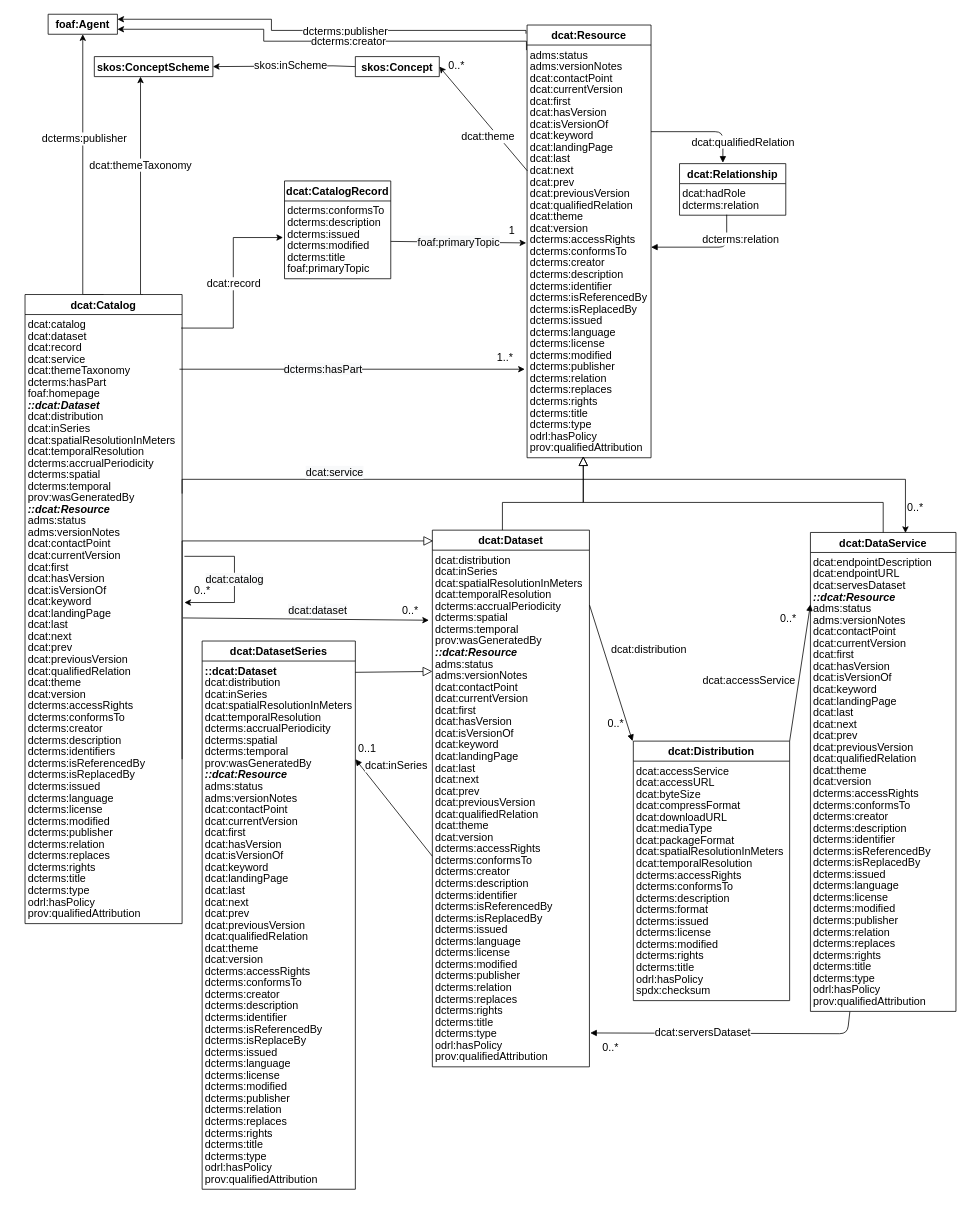
Earlier version of the draw.io diagram dcat/UML/dcat-all-attributes.drawio (w3c/dxwg). Source tidied: cells renumbered, new cells numbered last; positions are measured from the earlier drawing's top-left corner, leaving out a move shared by most shapes. Both pictures are drawn from the tidied source at 77%, with x=0, y=0 at pixel (25, 14).
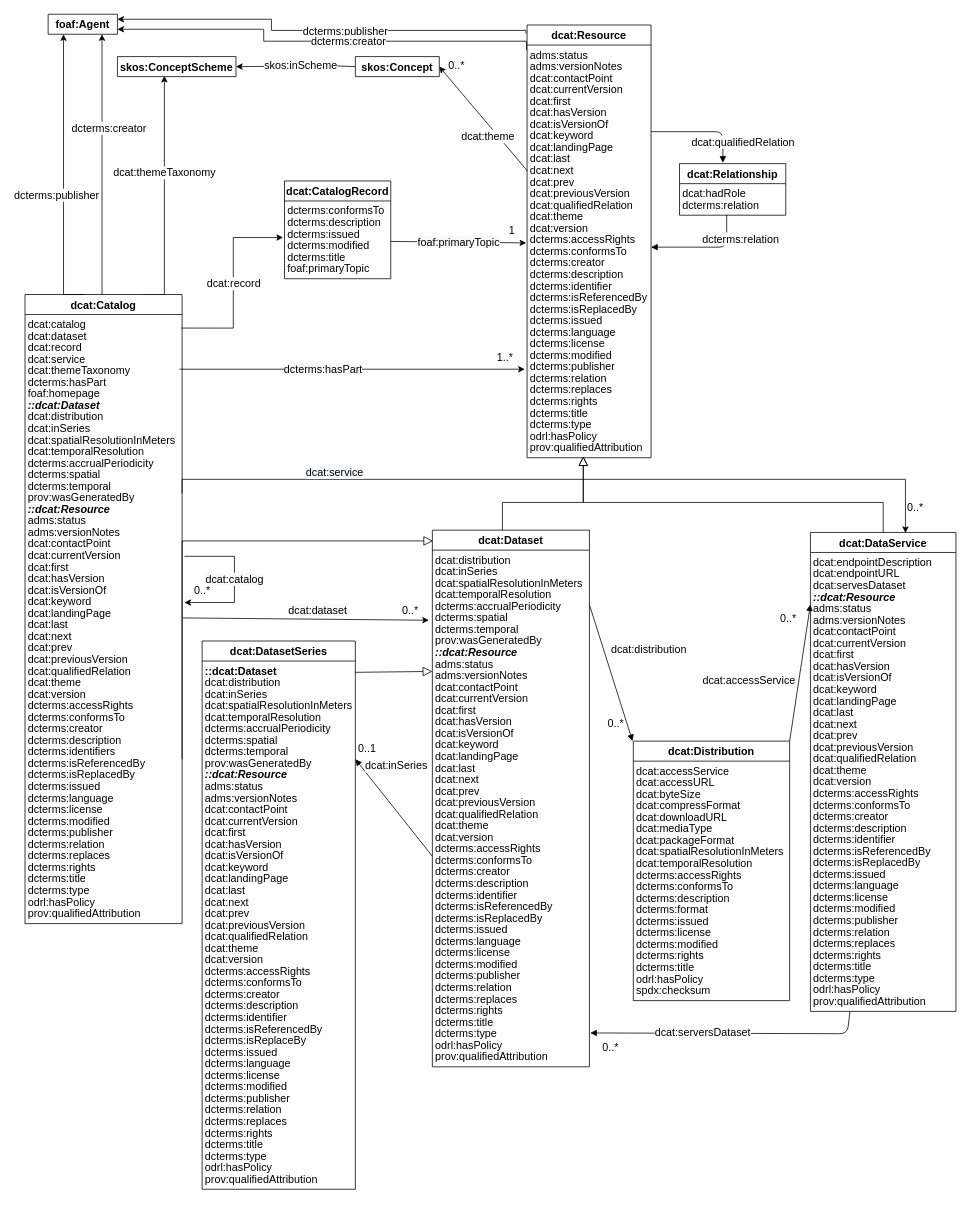
Above is the later version.

Commit message (it also covers changes not shown here):
adding the dcterms:creator arrow from dcat:Catalog to foaf:Agent

The change refers to these unchanged cells:
```xml
<mxCell id="2" value="foaf:Agent" style="swimlane;fontStyle=1;horizontal=1;startSize=26;fontSize=14;spacing=0;" parent="1" vertex="1" collapsed="1">
  <mxGeometry x="30" width="90" height="26" as="geometry" />
</mxCell>
<mxCell id="6" value="dcat:Catalog" style="swimlane;fontStyle=1;horizontal=1;startSize=26;spacing=0;fontSize=14;" parent="1" vertex="1">
  <mxGeometry y="364" width="204" height="817" as="geometry" />
</mxCell>
```

What changed in the source:
```diff
@@
-    <mxCell id="3" value="dcterms:publisher" style="edgeStyle=orthogonalEdgeStyle;rounded=0;jettySize=auto;html=1;exitX=0.5;exitY=0;exitDx=0;exitDy=0;entryX=0.5;entryY=1;entryDx=0;entryDy=0;fontSize=14;noLabel=1;fontColor=none;spacing=0;" parent="1" edge="1" source="6" target="2">
+    <mxCell id="3" value="dcterms:publisher" style="edgeStyle=orthogonalEdgeStyle;rounded=0;jettySize=auto;html=1;exitX=0.5;exitY=0;exitDx=0;exitDy=0;fontSize=14;noLabel=1;fontColor=none;spacing=0;" parent="1" edge="1" source="6">
       <mxGeometry x="0.4" relative="1" as="geometry">
+        <mxPoint x="100" y="26" as="targetPoint" />
         <Array as="points">
-          <mxPoint x="75" y="364" />
+          <mxPoint x="100" y="364" />
         </Array>
       </mxGeometry>
     </mxCell>
-    <mxCell id="4" value="dcterms:publisher" style="edgeLabel;html=1;align=center;verticalAlign=middle;fontSize=14;fontColor=none;spacing=0;" parent="3" vertex="1">
-      <mxGeometry x="0.26" y="-1" relative="1" as="geometry" />
+    <mxCell id="4" value="dcterms:creator" style="edgeLabel;html=1;align=center;verticalAlign=middle;fontSize=14;fontColor=none;spacing=0;" parent="3" vertex="1">
+      <mxGeometry x="0.26" y="-1" relative="1" as="geometry">
+        <mxPoint x="7" y="-5" as="offset" />
+      </mxGeometry>
     </mxCell>
     <mxCell id="5" value="dcat:themeTaxonomy" style="edgeStyle=orthogonalEdgeStyle;rounded=0;jettySize=auto;html=1;exitX=0.75;exitY=0;exitDx=0;exitDy=0;entryX=0.396;entryY=0.962;entryDx=0;entryDy=0;fontSize=14;spacing=0;entryPerimeter=0;" parent="1" edge="1" source="6" target="61">
       <mxGeometry x="0.19" relative="1" as="geometry">
         <Array as="points">
-          <mxPoint x="150" y="364" />
-          <mxPoint x="150" y="81" />
+          <mxPoint x="181" y="364" />
         </Array>
       </mxGeometry>
     </mxCell>
@@
     <mxCell id="61" value="skos:ConceptScheme" style="swimlane;fontStyle=1;horizontal=1;startSize=26;fontSize=14;spacing=0;" parent="1" vertex="1" collapsed="1">
-      <mxGeometry x="90" y="55" width="154" height="26" as="geometry" />
+      <mxGeometry x="120" y="55" width="154" height="26" as="geometry" />
     </mxCell>
@@
+    <mxCell id="297" value="dcterms:publisher" style="edgeStyle=orthogonalEdgeStyle;rounded=0;orthogonalLoop=1;jettySize=auto;html=1;exitX=0.5;exitY=0;exitDx=0;exitDy=0;entryX=0.5;entryY=1;entryDx=0;entryDy=0;fontSize=14;noLabel=1;fontColor=none;spacing=0;" parent="1" edge="1">
+      <mxGeometry x="0.4" relative="1" as="geometry">
+        <mxPoint x="77" y="364" as="sourcePoint" />
+        <mxPoint x="50" y="26" as="targetPoint" />
+        <Array as="points">
+          <mxPoint x="50" y="364" />
+        </Array>
+      </mxGeometry>
+    </mxCell>
+    <mxCell id="298" value="dcterms:publisher" style="edgeLabel;html=1;align=center;verticalAlign=middle;fontSize=14;fontColor=none;spacing=0;" parent="297" vertex="1">
+      <mxGeometry x="0.26" y="-1" relative="1" as="geometry">
+        <mxPoint x="-11" y="73" as="offset" />
+      </mxGeometry>
+    </mxCell>
```
